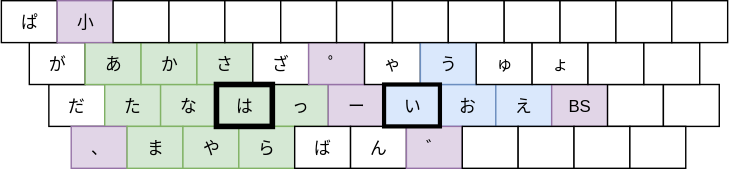
This is layout_image.drawio.svg from funatsufumiya/pc-f-layout, a draw.io export, as it was before one commit. Source tidied: cells renumbered, new cells last; positions are measured from the earlier drawing's top-left corner, leaving out a move shared by most shapes.
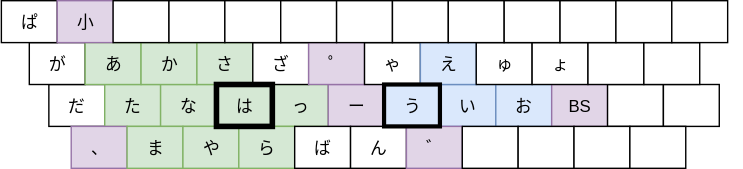
After the commit.

Commit message:
いうえおを大胆に入れ替え

Change to the diagram source:
```diff
@@ -17,10 +17,10 @@
     <mxCell id="6" value="ー" style="rounded=0;whiteSpace=wrap;html=1;fillColor=#e1d5e7;strokeColor=#9673a6;" parent="1" vertex="1">
       <mxGeometry x="234" y="60" width="40" height="30" as="geometry" />
     </mxCell>
-    <mxCell id="7" value="お" style="rounded=0;whiteSpace=wrap;html=1;fillColor=#dae8fc;strokeColor=#6c8ebf;" parent="1" vertex="1">
+    <mxCell id="7" value="い" style="rounded=0;whiteSpace=wrap;html=1;fillColor=#dae8fc;strokeColor=#6c8ebf;" parent="1" vertex="1">
       <mxGeometry x="314" y="60" width="40" height="30" as="geometry" />
     </mxCell>
-    <mxCell id="8" value="え" style="rounded=0;whiteSpace=wrap;html=1;fillColor=#dae8fc;strokeColor=#6c8ebf;" parent="1" vertex="1">
+    <mxCell id="8" value="お" style="rounded=0;whiteSpace=wrap;html=1;fillColor=#dae8fc;strokeColor=#6c8ebf;" parent="1" vertex="1">
       <mxGeometry x="354" y="60" width="40" height="30" as="geometry" />
     </mxCell>
     <mxCell id="9" value="BS" style="rounded=0;whiteSpace=wrap;html=1;fillColor=#e1d5e7;strokeColor=#9673a6;" parent="1" vertex="1">
@@ -95,7 +95,7 @@
     <mxCell id="32" value="ゃ" style="rounded=0;whiteSpace=wrap;html=1;" parent="25" vertex="1">
       <mxGeometry x="240" width="40" height="30" as="geometry" />
     </mxCell>
-    <mxCell id="33" value="う" style="rounded=0;whiteSpace=wrap;html=1;fillColor=#dae8fc;strokeColor=#6c8ebf;" parent="25" vertex="1">
+    <mxCell id="33" value="え" style="rounded=0;whiteSpace=wrap;html=1;fillColor=#dae8fc;strokeColor=#6c8ebf;" parent="25" vertex="1">
       <mxGeometry x="280" width="40" height="30" as="geometry" />
     </mxCell>
     <mxCell id="34" value="ゅ" style="rounded=0;whiteSpace=wrap;html=1;" parent="25" vertex="1">
@@ -155,7 +155,7 @@
     <mxCell id="52" style="rounded=0;whiteSpace=wrap;html=1;" parent="1" vertex="1">
       <mxGeometry x="480" width="40" height="30" as="geometry" />
     </mxCell>
-    <mxCell id="53" value="い" style="rounded=0;whiteSpace=wrap;html=1;fillColor=#dae8fc;strokeColor=#000000;strokeWidth=3;" parent="1" vertex="1">
+    <mxCell id="53" value="う" style="rounded=0;whiteSpace=wrap;html=1;fillColor=#dae8fc;strokeColor=#000000;strokeWidth=3;" parent="1" vertex="1">
       <mxGeometry x="274" y="60" width="40" height="30" as="geometry" />
     </mxCell>
     <mxCell id="54" value="は" style="rounded=0;whiteSpace=wrap;html=1;fillColor=#d5e8d4;strokeColor=#000000;strokeWidth=4;" parent="1" vertex="1">
```
